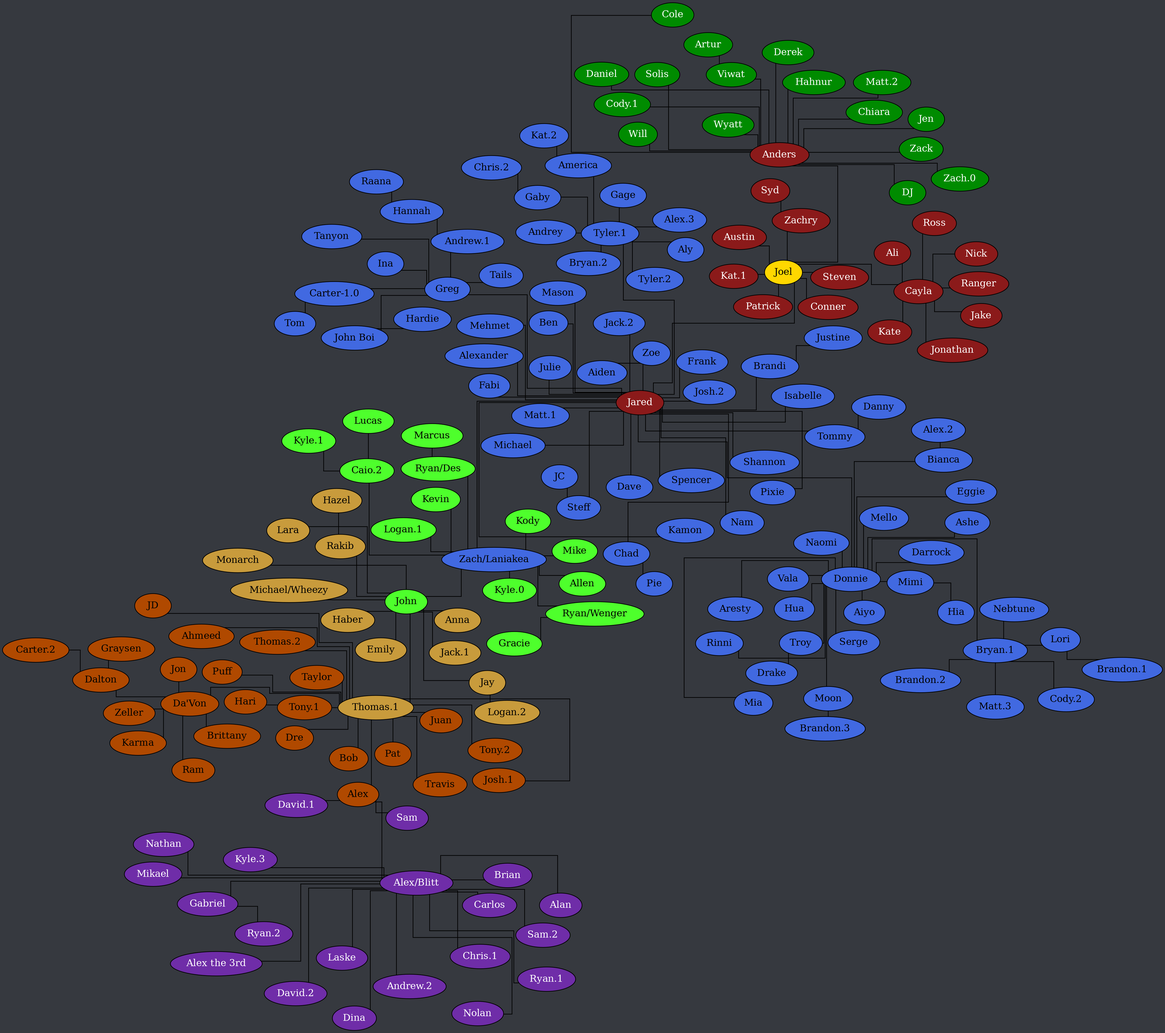
The Graphviz diagram tree.png in Documidas/CoronaCatzFamilyTree, before a commit. Its source is kept beside it as tree.dot.
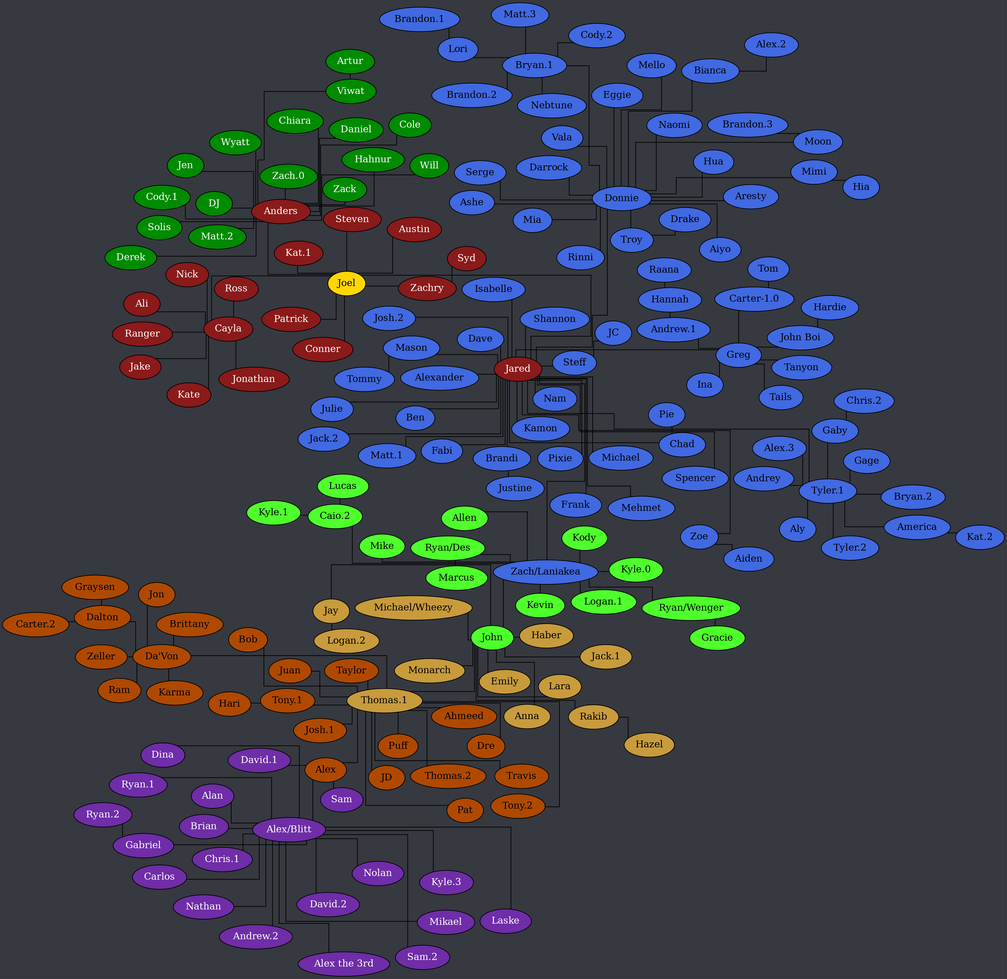
Above is the later version.

Commit message:
Remove Tommy+Danny, add Tommy

What changed in the source:
```diff
@@ -118,15 +118,14 @@
 		Jared -- Shannon;
 		Jared -- Spencer;
 		Jared -- Steff;
-		Jared -- Tommy;
 		Jared -- "Tyler.1";
 		Jared -- "Zach/Laniakea";
 		Jared -- Zoe;
 		"John Boi" -- Hardie;
+		Mason -- Tommy;
 		Mimi -- Hia;
 		Moon -- "Brandon.3";
 		Steff -- JC;
-		Tommy -- Danny;
 		Troy -- Drake;
 		"Tyler.1" -- Aly;
 		"Tyler.1" -- "Alex.3";
```
